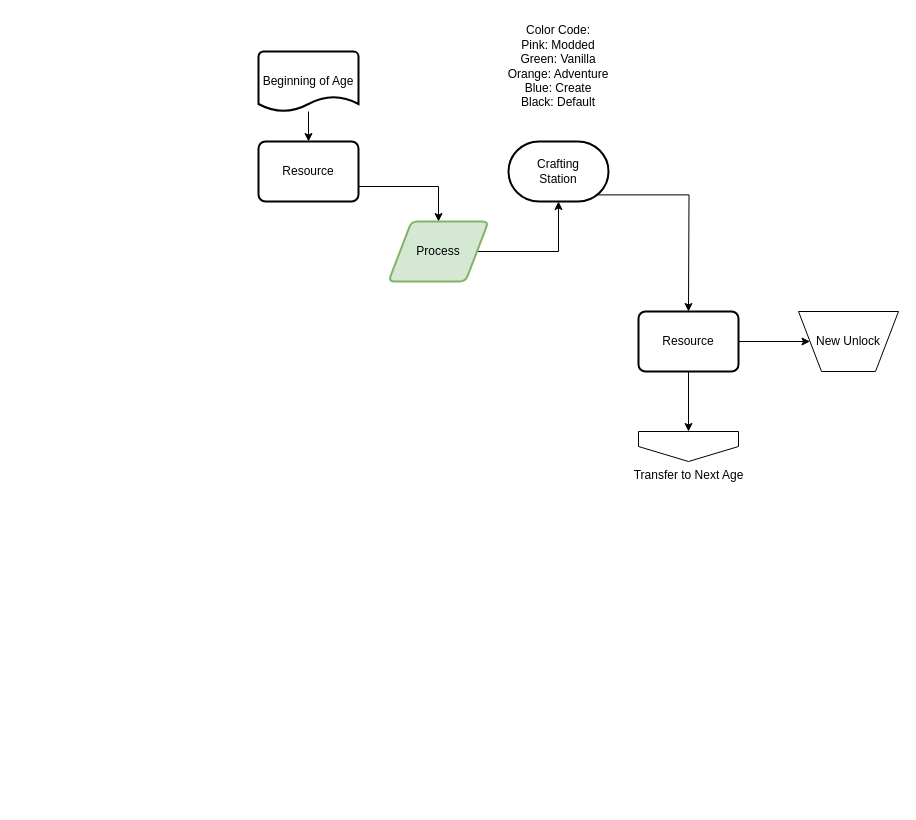
The draw.io diagram page "Ruleset" (1 of 4) of Untitled Diagram.drawio in MeepishRealms/Cog, before the edit. Source tidied: cells renumbered, new cells numbered last; positions are measured from the earlier drawing's top-left corner, leaving out a move shared by most shapes. Both pictures are drawn from the tidied source at 100%, with x=0, y=0 at pixel (258, 51).
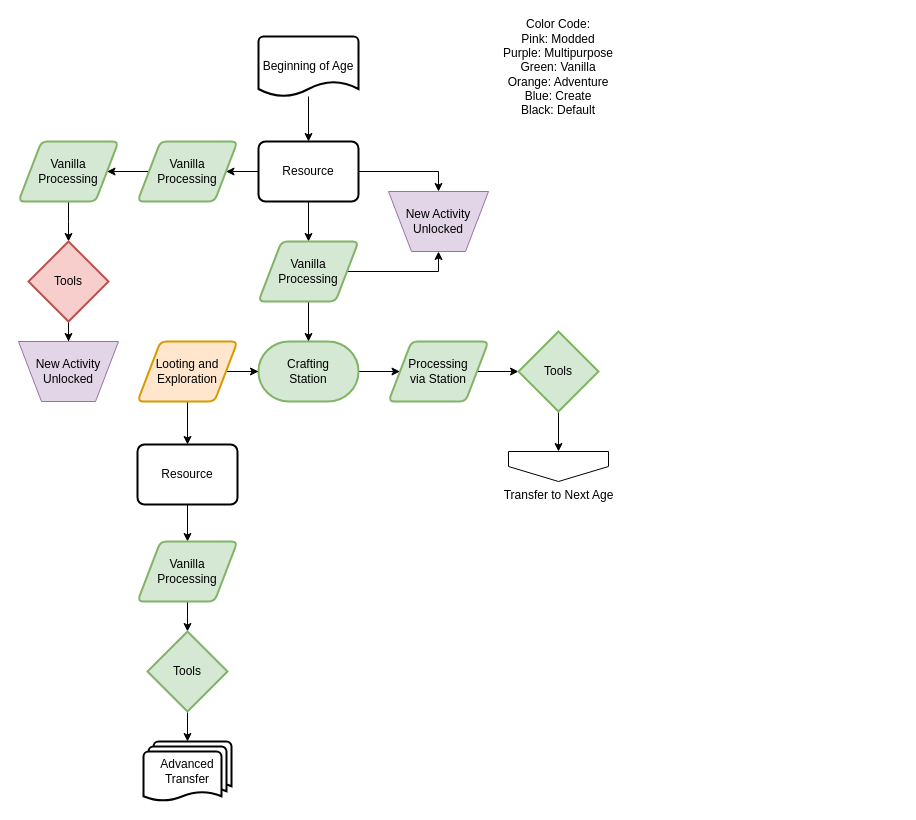
The same page after the edit.

The change refers to these unchanged cells:
```xml
<mxCell id="3" value="Resource" style="rounded=1;whiteSpace=wrap;html=1;absoluteArcSize=1;arcSize=14;strokeWidth=2;" parent="1" vertex="1">
  <mxGeometry y="90" width="100" height="60" as="geometry" />
</mxCell>
```

Diff of the diagram source:
```diff
@@
-    <mxCell id="2" style="edgeStyle=orthogonalEdgeStyle;rounded=0;jettySize=auto;html=1;exitX=1;exitY=0.75;exitDx=0;exitDy=0;entryX=0.5;entryY=0;entryDx=0;entryDy=0;" parent="1" edge="1" source="3" target="5">
-      <mxGeometry relative="1" as="geometry" />
-    </mxCell>
+    <mxCell id="16" style="edgeStyle=orthogonalEdgeStyle;rounded=0;jettySize=auto;html=1;" parent="1" edge="1" source="3" target="23">
+      <mxGeometry relative="1" as="geometry" />
+    </mxCell>
+    <mxCell id="17" style="edgeStyle=orthogonalEdgeStyle;rounded=0;jettySize=auto;html=1;entryX=0.5;entryY=0;entryDx=0;entryDy=0;" parent="1" edge="1" source="3" target="15">
+      <mxGeometry relative="1" as="geometry" />
+    </mxCell>
+    <mxCell id="18" style="edgeStyle=orthogonalEdgeStyle;rounded=0;jettySize=auto;html=1;exitX=0;exitY=0.5;exitDx=0;exitDy=0;entryX=1;entryY=0.5;entryDx=0;entryDy=0;" parent="1" edge="1" source="3" target="37">
+      <mxGeometry relative="1" as="geometry" />
+    </mxCell>
@@
-    <mxCell id="4" style="edgeStyle=orthogonalEdgeStyle;rounded=0;jettySize=auto;html=1;exitX=1;exitY=0.5;exitDx=0;exitDy=0;entryX=0.5;entryY=1;entryDx=0;entryDy=0;entryPerimeter=0;" parent="1" edge="1" source="5" target="10">
-      <mxGeometry relative="1" as="geometry" />
-    </mxCell>
-    <mxCell id="5" value="Process" style="shape=parallelogram;html=1;strokeWidth=2;perimeter=parallelogramPerimeter;whiteSpace=wrap;rounded=1;arcSize=12;size=0.23;fillColor=#d5e8d4;strokeColor=#82b366;" parent="1" vertex="1">
-      <mxGeometry x="130" y="170" width="100" height="60" as="geometry" />
-    </mxCell>
@@
     <mxCell id="7" value="Beginning of Age" style="strokeWidth=2;html=1;shape=mxgraph.flowchart.document2;whiteSpace=wrap;size=0.25;" parent="1" vertex="1">
-      <mxGeometry width="100" height="60" as="geometry" />
+      <mxGeometry y="-15" width="100" height="60" as="geometry" />
     </mxCell>
     <mxCell id="8" value="Transfer to Next Age" style="verticalLabelPosition=bottom;verticalAlign=top;html=1;shape=offPageConnector;rounded=0;size=0.5;" parent="1" vertex="1">
-      <mxGeometry x="380" y="380" width="100" height="30" as="geometry" />
+      <mxGeometry x="250" y="400" width="100" height="30" as="geometry" />
     </mxCell>
-    <mxCell id="9" style="edgeStyle=orthogonalEdgeStyle;rounded=0;jettySize=auto;html=1;exitX=0.89;exitY=0.89;exitDx=0;exitDy=0;exitPerimeter=0;" parent="1" edge="1" source="10">
-      <mxGeometry relative="1" as="geometry">
-        <mxPoint x="430" y="260" as="targetPoint" />
-      </mxGeometry>
-    </mxCell>
+    <mxCell id="19" style="edgeStyle=orthogonalEdgeStyle;rounded=0;jettySize=auto;html=1;" parent="1" edge="1" source="10" target="25">
+      <mxGeometry relative="1" as="geometry" />
+    </mxCell>
-    <mxCell id="10" value="Crafting&lt;br&gt;Station" style="strokeWidth=2;html=1;shape=mxgraph.flowchart.terminator;whiteSpace=wrap;" parent="1" vertex="1">
-      <mxGeometry x="250" y="90" width="100" height="60" as="geometry" />
+    <mxCell id="10" value="Crafting&lt;br&gt;Station" style="strokeWidth=2;html=1;shape=mxgraph.flowchart.terminator;whiteSpace=wrap;fillColor=#d5e8d4;strokeColor=#82b366;" parent="1" vertex="1">
+      <mxGeometry y="290" width="100" height="60" as="geometry" />
     </mxCell>
-    <mxCell id="11" value="Color Code:&lt;br&gt;Pink: Modded&lt;br&gt;Green: Vanilla&lt;br&gt;Orange: Adventure&lt;br&gt;Blue: Create&lt;br&gt;Black: Default" style="text;html=1;strokeColor=none;fillColor=none;align=center;verticalAlign=middle;whiteSpace=wrap;rounded=0;" parent="1" vertex="1">
-      <mxGeometry x="180" width="240" height="30" as="geometry" />
+    <mxCell id="11" value="Color Code:&lt;br&gt;Pink: Modded&lt;br&gt;Purple: Multipurpose&lt;br&gt;Green: Vanilla&lt;br&gt;Orange: Adventure&lt;br&gt;Blue: Create&lt;br&gt;Black: Default" style="text;html=1;strokeColor=none;fillColor=none;align=center;verticalAlign=middle;whiteSpace=wrap;rounded=0;" parent="1" vertex="1">
+      <mxGeometry x="180" y="1" width="240" height="30" as="geometry" />
     </mxCell>
-    <mxCell id="12" style="edgeStyle=orthogonalEdgeStyle;rounded=0;jettySize=auto;html=1;exitX=0.5;exitY=1;exitDx=0;exitDy=0;entryX=0.5;entryY=0;entryDx=0;entryDy=0;" parent="1" edge="1" source="14" target="8">
-      <mxGeometry relative="1" as="geometry" />
-    </mxCell>
-    <mxCell id="13" style="edgeStyle=orthogonalEdgeStyle;rounded=0;jettySize=auto;html=1;exitX=1;exitY=0.5;exitDx=0;exitDy=0;" parent="1" edge="1" source="14" target="15">
-      <mxGeometry relative="1" as="geometry" />
-    </mxCell>
+    <mxCell id="20" style="edgeStyle=orthogonalEdgeStyle;rounded=0;jettySize=auto;html=1;" parent="1" edge="1" source="14" target="32">
+      <mxGeometry relative="1" as="geometry" />
+    </mxCell>
     <mxCell id="14" value="Resource" style="rounded=1;whiteSpace=wrap;html=1;absoluteArcSize=1;arcSize=14;strokeWidth=2;" parent="1" vertex="1">
-      <mxGeometry x="380" y="260" width="100" height="60" as="geometry" />
+      <mxGeometry x="-121" y="393" width="100" height="60" as="geometry" />
     </mxCell>
-    <mxCell id="15" value="New Unlock" style="verticalLabelPosition=middle;verticalAlign=middle;html=1;shape=trapezoid;perimeter=trapezoidPerimeter;whiteSpace=wrap;size=0.23;arcSize=10;flipV=1;labelPosition=center;align=center;" parent="1" vertex="1">
-      <mxGeometry x="540" y="260" width="100" height="60" as="geometry" />
+    <mxCell id="15" value="New Activity&lt;br&gt;Unlocked" style="verticalLabelPosition=middle;verticalAlign=middle;html=1;shape=trapezoid;perimeter=trapezoidPerimeter;whiteSpace=wrap;size=0.23;arcSize=10;flipV=1;labelPosition=center;align=center;fillColor=#e1d5e7;strokeColor=#9673a6;" parent="1" vertex="1">
+      <mxGeometry x="130" y="140" width="100" height="60" as="geometry" />
     </mxCell>
+    <mxCell id="21" style="edgeStyle=orthogonalEdgeStyle;rounded=0;jettySize=auto;html=1;" parent="1" edge="1" source="23" target="10">
+      <mxGeometry relative="1" as="geometry" />
+    </mxCell>
+    <mxCell id="22" style="edgeStyle=orthogonalEdgeStyle;rounded=0;jettySize=auto;html=1;entryX=0.5;entryY=1;entryDx=0;entryDy=0;" parent="1" edge="1" source="23" target="15">
+      <mxGeometry relative="1" as="geometry" />
+    </mxCell>
+    <mxCell id="23" value="Vanilla&lt;br&gt;Processing" style="shape=parallelogram;html=1;strokeWidth=2;perimeter=parallelogramPerimeter;whiteSpace=wrap;rounded=1;arcSize=12;size=0.23;fillColor=#d5e8d4;strokeColor=#82b366;" parent="1" vertex="1">
+      <mxGeometry y="190" width="100" height="60" as="geometry" />
+    </mxCell>
+    <mxCell id="24" style="edgeStyle=orthogonalEdgeStyle;rounded=0;jettySize=auto;html=1;" parent="1" edge="1" source="25" target="30">
+      <mxGeometry relative="1" as="geometry" />
+    </mxCell>
+    <mxCell id="25" value="Processing&lt;br&gt;via Station" style="shape=parallelogram;html=1;strokeWidth=2;perimeter=parallelogramPerimeter;whiteSpace=wrap;rounded=1;arcSize=12;size=0.23;fillColor=#d5e8d4;strokeColor=#82b366;" parent="1" vertex="1">
+      <mxGeometry x="130" y="290" width="100" height="60" as="geometry" />
+    </mxCell>
+    <mxCell id="26" style="edgeStyle=orthogonalEdgeStyle;rounded=0;jettySize=auto;html=1;exitX=1;exitY=0.5;exitDx=0;exitDy=0;" parent="1" edge="1" source="28" target="10">
+      <mxGeometry relative="1" as="geometry" />
+    </mxCell>
+    <mxCell id="27" style="edgeStyle=orthogonalEdgeStyle;rounded=0;jettySize=auto;html=1;" parent="1" edge="1" source="28" target="14">
+      <mxGeometry relative="1" as="geometry" />
+    </mxCell>
+    <mxCell id="28" value="Looting and&lt;br&gt;Exploration" style="shape=parallelogram;html=1;strokeWidth=2;perimeter=parallelogramPerimeter;whiteSpace=wrap;rounded=1;arcSize=12;size=0.23;fillColor=#ffe6cc;strokeColor=#d79b00;" parent="1" vertex="1">
+      <mxGeometry x="-121" y="290" width="100" height="60" as="geometry" />
+    </mxCell>
+    <mxCell id="29" style="edgeStyle=orthogonalEdgeStyle;rounded=0;jettySize=auto;html=1;" parent="1" edge="1" source="30" target="8">
+      <mxGeometry relative="1" as="geometry" />
+    </mxCell>
+    <mxCell id="30" value="Tools" style="strokeWidth=2;html=1;shape=mxgraph.flowchart.decision;whiteSpace=wrap;fillColor=#d5e8d4;strokeColor=#82b366;" parent="1" vertex="1">
+      <mxGeometry x="260" y="280" width="80" height="80" as="geometry" />
+    </mxCell>
+    <mxCell id="31" style="edgeStyle=orthogonalEdgeStyle;rounded=0;jettySize=auto;html=1;" parent="1" edge="1" source="32" target="34">
+      <mxGeometry relative="1" as="geometry" />
+    </mxCell>
+    <mxCell id="32" value="Vanilla&lt;br&gt;Processing" style="shape=parallelogram;html=1;strokeWidth=2;perimeter=parallelogramPerimeter;whiteSpace=wrap;rounded=1;arcSize=12;size=0.23;fillColor=#d5e8d4;strokeColor=#82b366;" parent="1" vertex="1">
+      <mxGeometry x="-121" y="490" width="100" height="60" as="geometry" />
+    </mxCell>
+    <mxCell id="33" style="edgeStyle=orthogonalEdgeStyle;rounded=0;jettySize=auto;html=1;" parent="1" edge="1" source="34" target="35">
+      <mxGeometry relative="1" as="geometry" />
+    </mxCell>
+    <mxCell id="34" value="Tools" style="strokeWidth=2;html=1;shape=mxgraph.flowchart.decision;whiteSpace=wrap;fillColor=#d5e8d4;strokeColor=#82b366;" parent="1" vertex="1">
+      <mxGeometry x="-111" y="580" width="80" height="80" as="geometry" />
+    </mxCell>
+    <mxCell id="35" value="Advanced&lt;br&gt;Transfer" style="strokeWidth=2;html=1;shape=mxgraph.flowchart.multi-document;whiteSpace=wrap;" parent="1" vertex="1">
+      <mxGeometry x="-115" y="690" width="88" height="60" as="geometry" />
+    </mxCell>
+    <mxCell id="36" style="edgeStyle=orthogonalEdgeStyle;rounded=0;jettySize=auto;html=1;exitX=0;exitY=0.5;exitDx=0;exitDy=0;" parent="1" edge="1" source="37" target="39">
+      <mxGeometry relative="1" as="geometry" />
+    </mxCell>
+    <mxCell id="37" value="Vanilla&lt;br&gt;Processing" style="shape=parallelogram;html=1;strokeWidth=2;perimeter=parallelogramPerimeter;whiteSpace=wrap;rounded=1;arcSize=12;size=0.23;fillColor=#d5e8d4;strokeColor=#82b366;" parent="1" vertex="1">
+      <mxGeometry x="-121" y="90" width="100" height="60" as="geometry" />
+    </mxCell>
+    <mxCell id="38" style="edgeStyle=orthogonalEdgeStyle;rounded=0;jettySize=auto;html=1;" parent="1" edge="1" source="39">
+      <mxGeometry relative="1" as="geometry">
+        <mxPoint x="-190" y="190" as="targetPoint" />
+      </mxGeometry>
+    </mxCell>
+    <mxCell id="39" value="Vanilla&lt;br&gt;Processing" style="shape=parallelogram;html=1;strokeWidth=2;perimeter=parallelogramPerimeter;whiteSpace=wrap;rounded=1;arcSize=12;size=0.23;fillColor=#d5e8d4;strokeColor=#82b366;" parent="1" vertex="1">
+      <mxGeometry x="-240" y="90" width="100" height="60" as="geometry" />
+    </mxCell>
+    <mxCell id="40" style="edgeStyle=orthogonalEdgeStyle;rounded=0;jettySize=auto;html=1;exitX=0.5;exitY=1;exitDx=0;exitDy=0;exitPerimeter=0;" parent="1" edge="1" source="41" target="42">
+      <mxGeometry relative="1" as="geometry" />
+    </mxCell>
+    <mxCell id="41" value="Tools" style="strokeWidth=2;html=1;shape=mxgraph.flowchart.decision;whiteSpace=wrap;fillColor=#f8cecc;strokeColor=#b85450;" parent="1" vertex="1">
+      <mxGeometry x="-230" y="190" width="80" height="80" as="geometry" />
+    </mxCell>
+    <mxCell id="42" value="New Activity&lt;br&gt;Unlocked" style="verticalLabelPosition=middle;verticalAlign=middle;html=1;shape=trapezoid;perimeter=trapezoidPerimeter;whiteSpace=wrap;size=0.23;arcSize=10;flipV=1;labelPosition=center;align=center;fillColor=#e1d5e7;strokeColor=#9673a6;" parent="1" vertex="1">
+      <mxGeometry x="-240" y="290" width="100" height="60" as="geometry" />
+    </mxCell>
```
